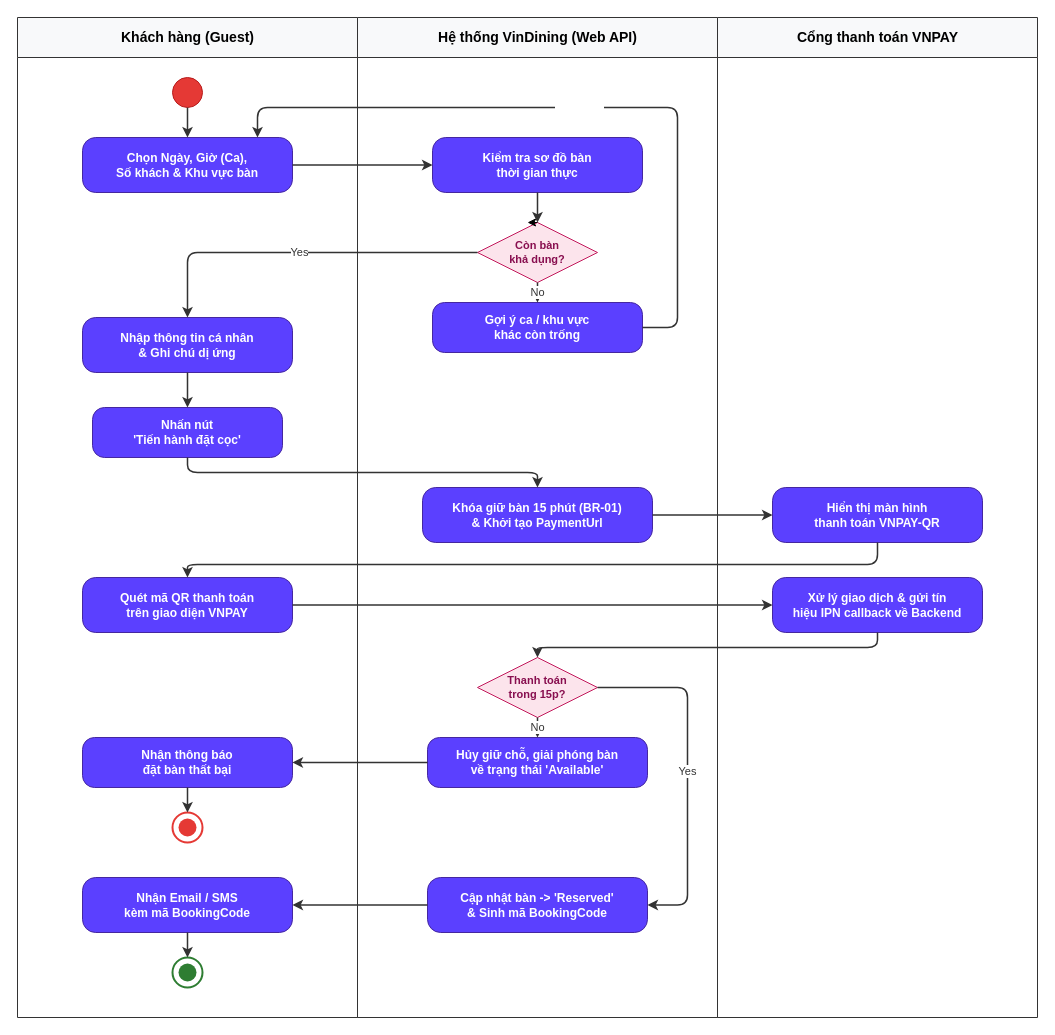
Before: docs/phase1/drawio/ad01_reservation_deposit.drawio in AndrewQng/VinDining, a draw.io diagram. Source tidied: cells renumbered, new cells numbered last; positions are measured from the earlier drawing's top-left corner, leaving out a move shared by most shapes. Both pictures are drawn from the tidied source at 100%, with x=0, y=0 at pixel (17, 17).
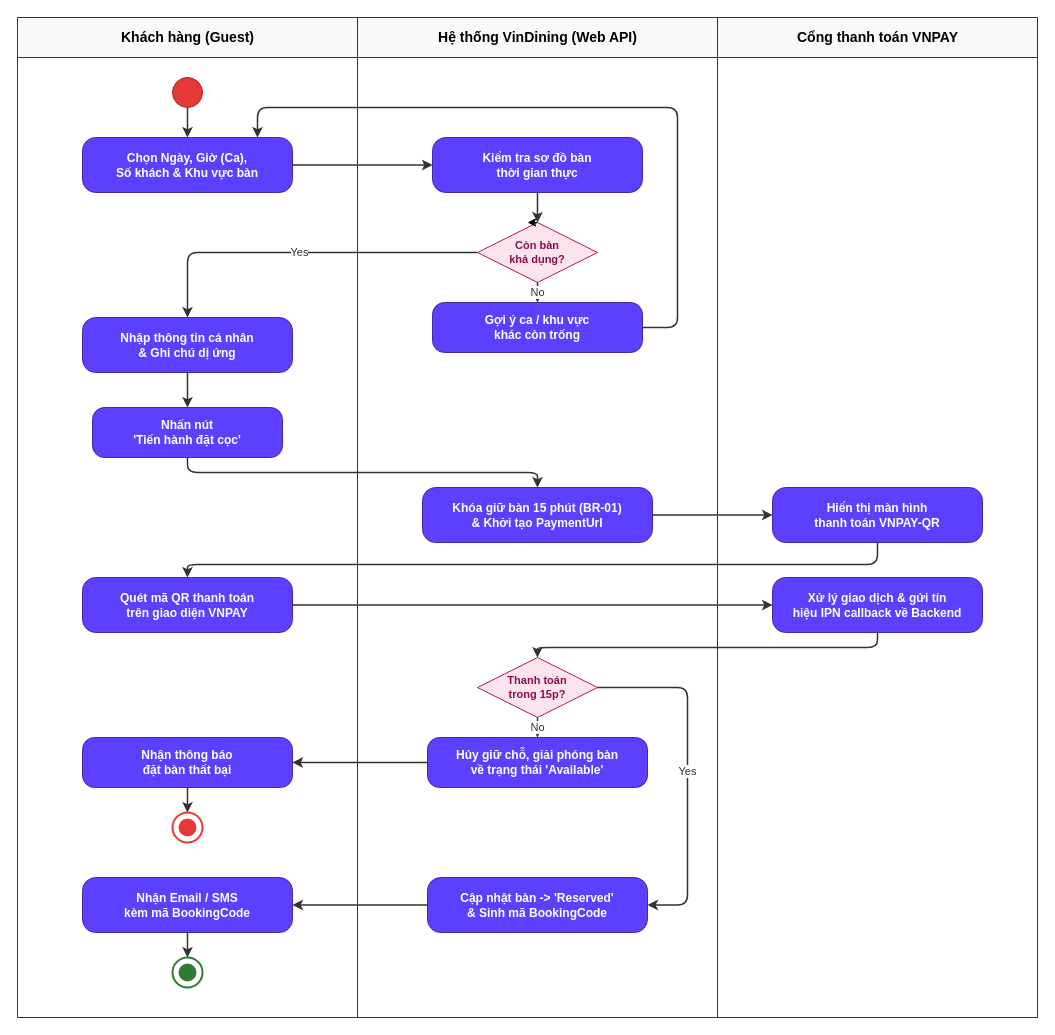
The same diagram, later.

The change refers to these unchanged cells:
```xml
<mxCell id="4" value="Chọn Ngày, Giờ (Ca),&#10;Số khách &amp; Khu vực bàn" style="rounded=1;arcSize=24;whiteSpace=wrap;html=1;fillColor=#5b40ff;strokeColor=#4527a0;fontColor=#ffffff;fontStyle=1;fontSize=12;align=center;verticalAlign=middle;" parent="2" vertex="1">
  <mxGeometry x="65" y="120" width="210" height="55" as="geometry" />
</mxCell>
<mxCell id="17" value="Gợi ý ca / khu vực&#10;khác còn trống" style="rounded=1;arcSize=24;whiteSpace=wrap;html=1;fillColor=#5b40ff;strokeColor=#4527a0;fontColor=#ffffff;fontStyle=1;fontSize=12;align=center;verticalAlign=middle;" parent="14" vertex="1">
  <mxGeometry x="75" y="285" width="210" height="50" as="geometry" />
</mxCell>
```

Change to the diagram source:
```diff
@@
-    <mxCell id="30" value="&amp;nbsp; &amp;nbsp; &amp;nbsp; &amp;nbsp; &amp;nbsp; &amp;nbsp; &amp;nbsp; &amp;nbsp;&amp;nbsp; " style="edgeStyle=orthogonalEdgeStyle;rounded=1;jettySize=auto;html=1;strokeColor=#333333;strokeWidth=1.5;fontSize=11;fontColor=#333333;" parent="1" edge="1" source="17" target="4">
+    <mxCell id="30" style="edgeStyle=orthogonalEdgeStyle;rounded=1;jettySize=auto;html=1;strokeColor=#333333;strokeWidth=1.5;fontSize=11;fontColor=#333333;" parent="1" edge="1" source="17" target="4">
       <mxGeometry relative="1" as="geometry">
         <Array as="points">
           <mxPoint x="660" y="310" />
           <mxPoint x="660" y="90" />
           <mxPoint x="240" y="90" />
         </Array>
       </mxGeometry>
     </mxCell>
```
